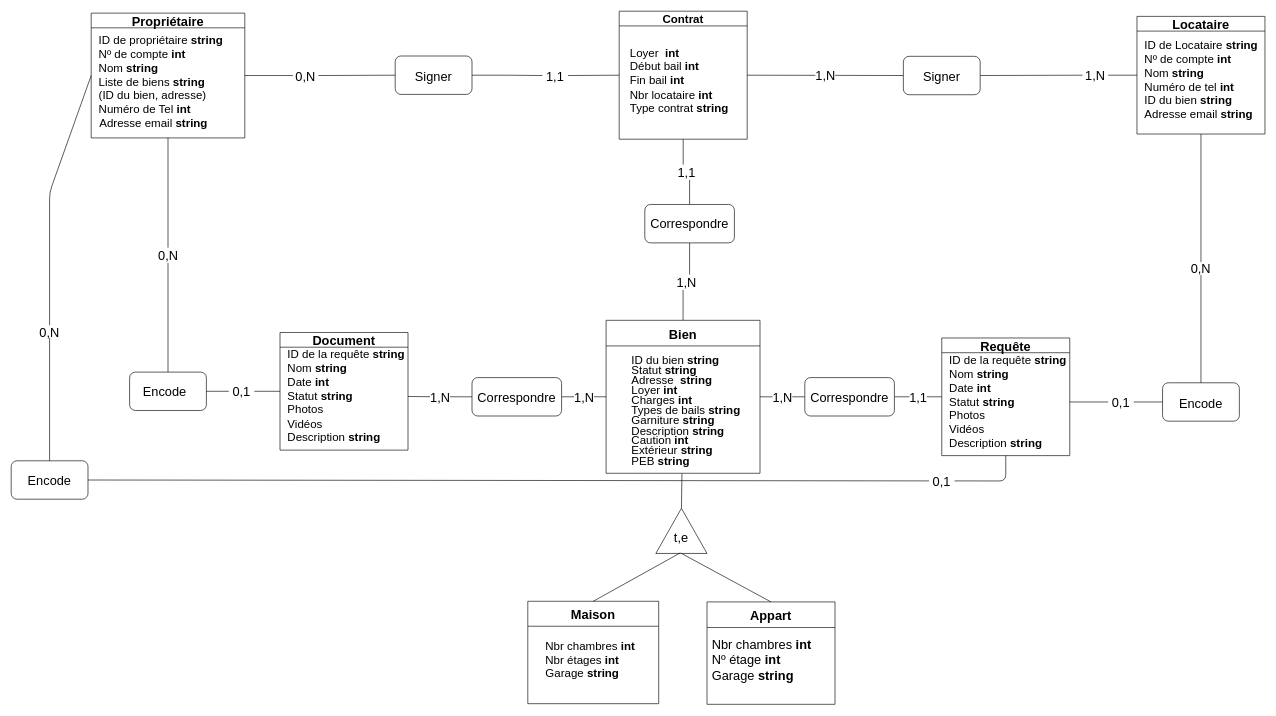
Before: page "(+ ) Schéma entités-associations" (1 of 23) of Ko-loc (1).drawio in Julienthum/Co-Lock, a draw.io diagram. Source tidied: cells renumbered, new cells numbered last; positions are measured from the earlier drawing's top-left corner, leaving out a move shared by most shapes. Both pictures are drawn from the tidied source at 64%, with x=0, y=0 at pixel (11, 11).
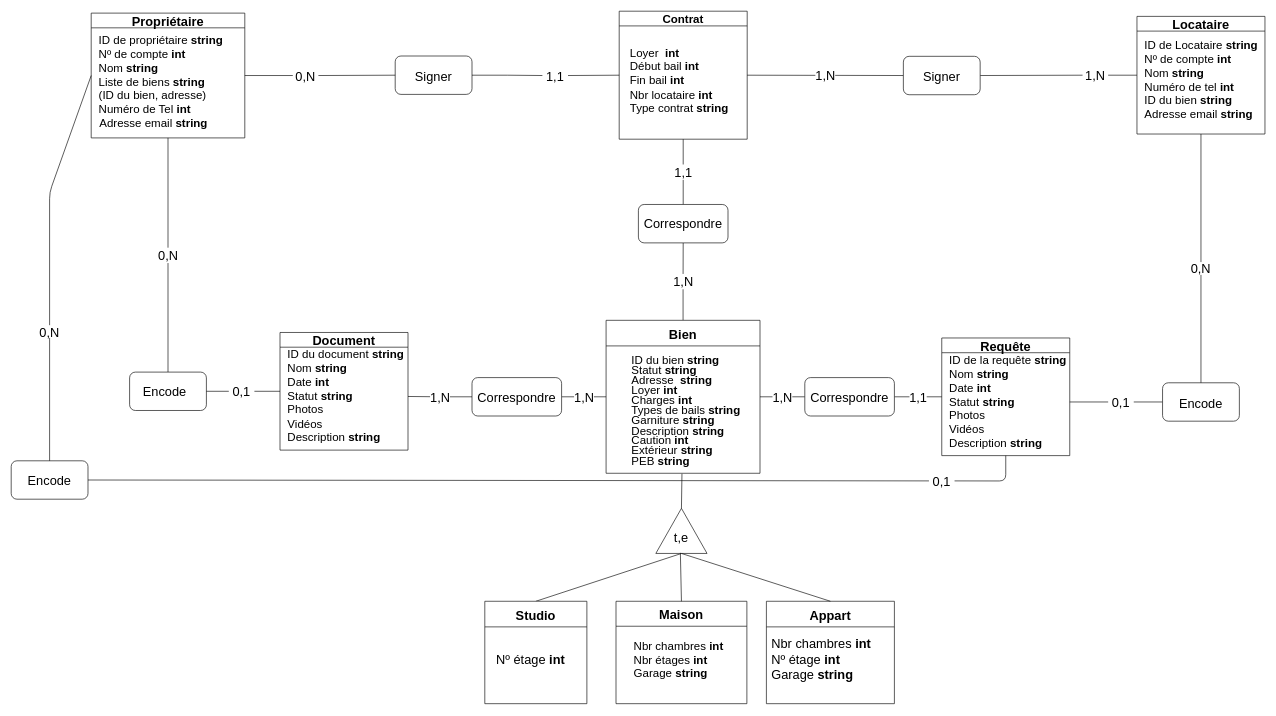
Above is the later version.

Unchanged cells that the change refers to:
```xml
<mxCell id="17" value="Document" style="swimlane;fontSize=20;" parent="1" vertex="1">
  <mxGeometry x="420" y="502" width="200" height="183.8" as="geometry" />
</mxCell>
<mxCell id="23" style="triangle;whiteSpace=wrap;html=1;fontSize=20;rotation=-90;" parent="1" vertex="1">
  <mxGeometry x="1012" y="772" width="70.5" height="80" as="geometry" />
</mxCell>
```

Diff of the diagram source:
```diff
@@
-    <mxCell id="18" value="&lt;p class=&quot;MsoListParagraphCxSpFirst&quot; style=&quot;margin: 0cm 0cm 0cm 36pt ; line-height: 15.6933px ; font-size: 11pt ; font-family: &amp;#34;calibri&amp;#34; , sans-serif ; text-indent: -18pt&quot;&gt;&lt;/p&gt;&lt;font style=&quot;font-size: 18px&quot;&gt;ID de la requête &lt;b&gt;string&lt;/b&gt;&lt;br&gt;Nom &lt;b&gt;string&lt;/b&gt;&lt;br&gt;Date &lt;b&gt;int&lt;br&gt;&lt;/b&gt;Statut &lt;b&gt;string&lt;/b&gt;&lt;br&gt;Photos&lt;br&gt;Vidéos&lt;br&gt;Description &lt;b&gt;string&lt;/b&gt;&lt;br&gt;&lt;/font&gt;" style="text;html=1;strokeColor=none;fillColor=none;align=left;verticalAlign=middle;whiteSpace=wrap;rounded=0;" parent="17" vertex="1">
+    <mxCell id="18" value="&lt;p class=&quot;MsoListParagraphCxSpFirst&quot; style=&quot;margin: 0cm 0cm 0cm 36pt ; line-height: 15.6933px ; font-size: 11pt ; font-family: &amp;#34;calibri&amp;#34; , sans-serif ; text-indent: -18pt&quot;&gt;&lt;/p&gt;&lt;font style=&quot;font-size: 18px&quot;&gt;ID du document&amp;nbsp;&lt;b&gt;string&lt;/b&gt;&lt;br&gt;Nom &lt;b&gt;string&lt;/b&gt;&lt;br&gt;Date &lt;b&gt;int&lt;br&gt;&lt;/b&gt;Statut &lt;b&gt;string&lt;/b&gt;&lt;br&gt;Photos&lt;br&gt;Vidéos&lt;br&gt;Description &lt;b&gt;string&lt;/b&gt;&lt;br&gt;&lt;/font&gt;" style="text;html=1;strokeColor=none;fillColor=none;align=left;verticalAlign=middle;whiteSpace=wrap;rounded=0;" parent="17" vertex="1">
       <mxGeometry x="10" y="35" width="190" height="130" as="geometry" />
     </mxCell>
     <mxCell id="19" value="Maison" style="swimlane;fontSize=20;startSize=39;" parent="1" vertex="1">
-      <mxGeometry x="807.2" y="922" width="204.5" height="160" as="geometry" />
+      <mxGeometry x="945" y="922" width="204.5" height="160" as="geometry" />
     </mxCell>
@@
     <mxCell id="21" value="Appart" style="swimlane;rounded=0;startSize=40;fontSize=20;" parent="1" vertex="1">
-      <mxGeometry x="1087.2" y="923" width="200" height="160" as="geometry" />
+      <mxGeometry x="1180" y="922" width="200" height="160" as="geometry" />
     </mxCell>
@@
+    <mxCell id="67" style="rounded=0;jettySize=auto;html=1;entryX=0.5;entryY=0;entryDx=0;entryDy=0;endArrow=none;endFill=0;exitX=0;exitY=0.5;exitDx=0;exitDy=0;" parent="1" edge="1" source="23" target="68">
+      <mxGeometry relative="1" as="geometry" />
+    </mxCell>
@@
     <mxCell id="66" value="Correspondre" style="rounded=1;whiteSpace=wrap;html=1;fontSize=20;" parent="1" vertex="1">
-      <mxGeometry x="990" y="302" width="140" height="60" as="geometry" />
+      <mxGeometry x="980" y="302" width="140" height="60" as="geometry" />
     </mxCell>
+    <mxCell id="68" value="Studio" style="swimlane;startSize=40;fontSize=20;" parent="1" vertex="1">
+      <mxGeometry x="740" y="922" width="159.5" height="160" as="geometry" />
+    </mxCell>
+    <mxCell id="69" value="&lt;p class=&quot;MsoListParagraphCxSpFirst&quot; style=&quot;margin: 0cm 0cm 0cm 36pt ; line-height: 15.6933px ; font-size: 11pt ; font-family: &amp;#34;calibri&amp;#34; , sans-serif ; text-indent: -18pt&quot;&gt;&lt;/p&gt;&lt;p class=&quot;MsoListParagraphCxSpFirst&quot; style=&quot;margin: 0cm 0cm 0cm 36pt ; line-height: 15.6933px ; text-indent: -18pt ; display: inline&quot;&gt;&lt;/p&gt;&lt;div style=&quot;text-indent: -24px ; font-size: 20px&quot;&gt;&lt;span style=&quot;font-family: &amp;#34;calibri&amp;#34; , sans-serif&quot;&gt;Nº étage &lt;b&gt;int&lt;/b&gt;&lt;/span&gt;&lt;br&gt;&lt;/div&gt;&lt;p&gt;&lt;/p&gt;" style="text;html=1;strokeColor=none;fillColor=none;align=left;verticalAlign=middle;whiteSpace=wrap;rounded=0;" parent="68" vertex="1">
+      <mxGeometry x="40" y="56.9" width="89.5" height="63.7" as="geometry" />
+    </mxCell>
```
